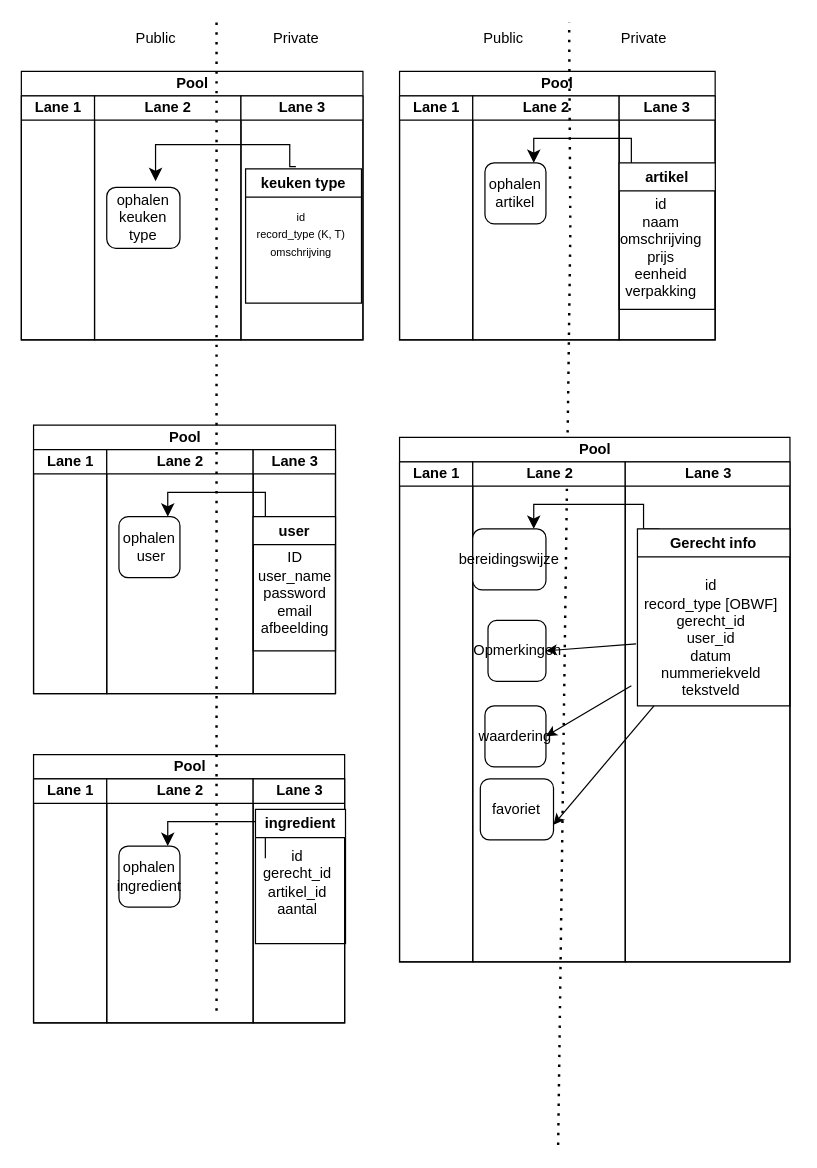
Earlier version of the draw.io diagram page "Page-2" (2 of 2) of documents/design/test.drawio (rubenmevius/educom-verrukkulluk). Source tidied: cells renumbered, new cells numbered last; positions are measured from the earlier drawing's top-left corner, leaving out a move shared by most shapes. Both pictures are drawn from the tidied source at 122%, with x=0, y=0 at pixel (21, 22).
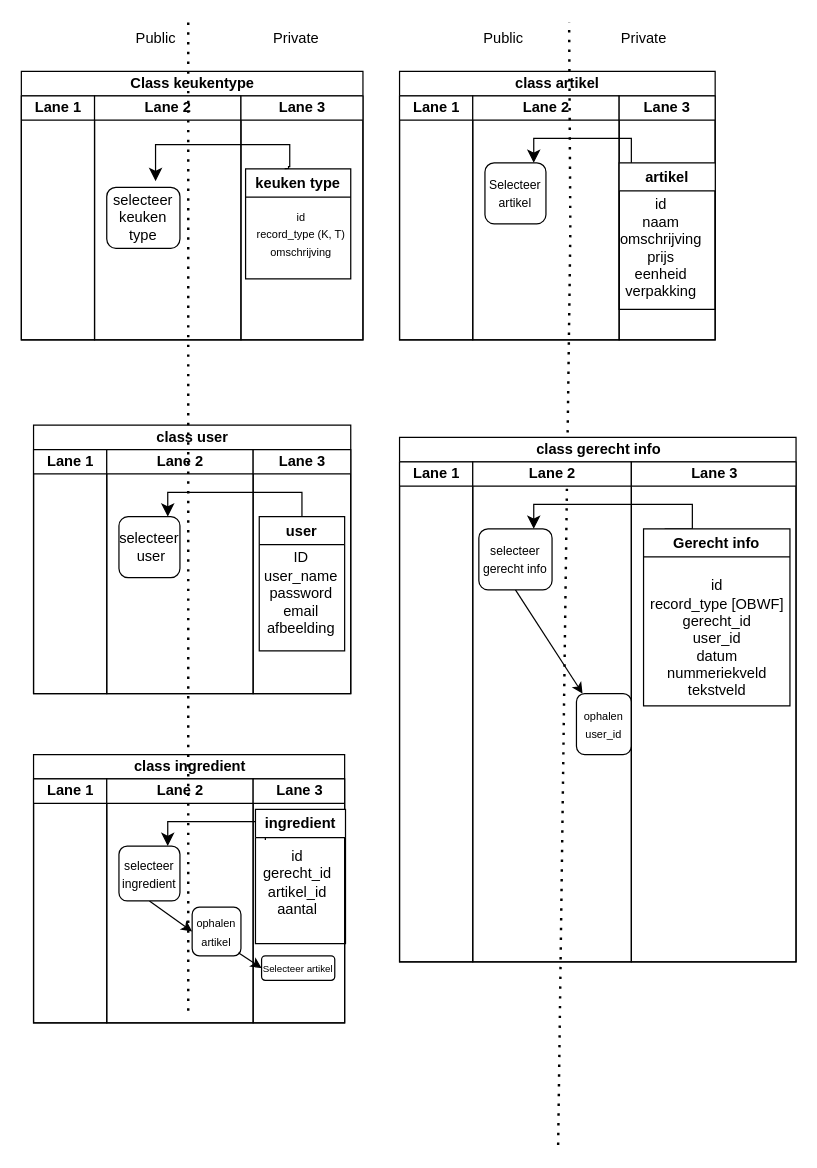
Above is the later version.

Commit message (it also covers changes not shown here):
recipe_class #8

The change refers to these unchanged cells:
```xml
<mxCell id="4" value="Lane 2" style="swimlane;startSize=20;html=1;" parent="2" vertex="1">
  <mxGeometry x="60" y="20" width="120" height="200" as="geometry" />
</mxCell>
<mxCell id="6" value="Lane 3" style="swimlane;startSize=20;html=1;" parent="2" vertex="1">
  <mxGeometry x="180" y="20" width="100" height="200" as="geometry" />
</mxCell>
<mxCell id="11" value="Lane 2" style="swimlane;startSize=20;html=1;" parent="9" vertex="1">
  <mxGeometry x="60" y="20" width="120" height="200" as="geometry" />
</mxCell>
<mxCell id="21" value="Lane 2" style="swimlane;startSize=20;html=1;" parent="19" vertex="1">
  <mxGeometry x="60" y="20" width="120" height="200" as="geometry" />
</mxCell>
<mxCell id="24" value="Lane 3" style="swimlane;startSize=20;html=1;" parent="19" vertex="1">
  <mxGeometry x="180" y="20" width="75" height="200" as="geometry" />
</mxCell>
<mxCell id="27" value="&lt;div&gt;id&lt;br&gt;gerecht_id&lt;br&gt;artikel_id&lt;br&gt;aantal&lt;/div&gt;" style="text;html=1;align=center;verticalAlign=middle;points=[];strokeColor=none;fillColor=none;" parent="25" vertex="1">
  <mxGeometry x="-6.2" y="25" width="80" height="70" as="geometry" />
</mxCell>
<mxCell id="30" value="Lane 2" style="swimlane;startSize=20;html=1;" parent="28" vertex="1">
  <mxGeometry x="60" y="20" width="120" height="200" as="geometry" />
</mxCell>
<mxCell id="49" value="&lt;div&gt;id&lt;br&gt;record_type [OBWF]&lt;br&gt;gerecht_id&lt;br&gt;user_id&lt;br&gt;datum&lt;br&gt;nummeriekveld&lt;br&gt;tekstveld&lt;/div&gt;" style="text;html=1;align=center;verticalAlign=middle;points=[];strokeColor=none;fillColor=none;" parent="47" vertex="1">
  <mxGeometry x="-5" y="35" width="130" height="110" as="geometry" />
</mxCell>
```

What changed in the source:
```diff
@@
-    <mxCell id="2" value="Pool" style="swimlane;startSize=20;html=1;" parent="1" vertex="1">
+    <mxCell id="2" value="Class keukentype" style="swimlane;startSize=20;html=1;" parent="1" vertex="1">
       <mxGeometry y="40" width="280" height="220" as="geometry" />
     </mxCell>
@@
-    <mxCell id="5" value="ophalen keuken type" style="rounded=1;whiteSpace=wrap;html=1;" parent="4" vertex="1">
+    <mxCell id="5" value="selecteer keuken type" style="rounded=1;whiteSpace=wrap;html=1;" parent="4" vertex="1">
       <mxGeometry x="10" y="75" width="60" height="50" as="geometry" />
     </mxCell>
@@
     <mxCell id="7" value="keuken type" style="swimlane;whiteSpace=wrap;html=1;" parent="6" vertex="1">
-      <mxGeometry x="3.8" y="60" width="95" height="110" as="geometry" />
+      <mxGeometry x="3.8" y="60" width="86.2" height="90" as="geometry" />
     </mxCell>
@@
-    <mxCell id="9" value="Pool" style="swimlane;startSize=20;html=1;" parent="1" vertex="1">
-      <mxGeometry x="10" y="330" width="247.5" height="220" as="geometry" />
+    <mxCell id="9" value="class user" style="swimlane;startSize=20;html=1;" parent="1" vertex="1">
+      <mxGeometry x="10" y="330" width="260" height="220" as="geometry" />
     </mxCell>
@@
-    <mxCell id="12" value="ophalen&lt;div&gt;&amp;nbsp;user&lt;/div&gt;" style="rounded=1;whiteSpace=wrap;html=1;" parent="11" vertex="1">
+    <mxCell id="12" value="selecteer&lt;div&gt;&amp;nbsp;user&lt;/div&gt;" style="rounded=1;whiteSpace=wrap;html=1;" parent="11" vertex="1">
       <mxGeometry x="10" y="55" width="50" height="50" as="geometry" />
     </mxCell>
-    <mxCell id="13" style="edgeStyle=segmentEdgeStyle;endArrow=classic;html=1;curved=0;rounded=0;endSize=8;startSize=8;exitX=0.1;exitY=0.357;exitDx=0;exitDy=0;exitPerimeter=0;" parent="11" edge="1">
+    <mxCell id="13" style="edgeStyle=segmentEdgeStyle;endArrow=classic;html=1;curved=0;rounded=0;endSize=8;startSize=8;exitX=0.5;exitY=0;exitDx=0;exitDy=0;" parent="11" edge="1" source="15">
       <mxGeometry relative="1" as="geometry">
-        <mxPoint x="130" y="65" as="sourcePoint" />
         <mxPoint x="50" y="55" as="targetPoint" />
         <Array as="points">
-          <mxPoint x="130" y="35" />
+          <mxPoint x="160" y="35" />
           <mxPoint x="50" y="35" />
         </Array>
       </mxGeometry>
     </mxCell>
     <mxCell id="14" value="Lane 3" style="swimlane;startSize=20;html=1;" parent="9" vertex="1">
-      <mxGeometry x="180" y="20" width="67.5" height="200" as="geometry" />
+      <mxGeometry x="180" y="20" width="80" height="200" as="geometry" />
     </mxCell>
     <mxCell id="15" value="user" style="swimlane;whiteSpace=wrap;html=1;" parent="14" vertex="1">
-      <mxGeometry y="55" width="67.5" height="110" as="geometry" />
+      <mxGeometry x="5" y="55" width="70" height="110" as="geometry" />
     </mxCell>
@@
-    <mxCell id="18" style="edgeStyle=segmentEdgeStyle;endArrow=classic;html=1;curved=0;rounded=0;endSize=8;startSize=8;exitX=0.434;exitY=-0.018;exitDx=0;exitDy=0;exitPerimeter=0;" parent="1" edge="1" source="7">
+    <mxCell id="18" style="edgeStyle=segmentEdgeStyle;endArrow=classic;html=1;curved=0;rounded=0;endSize=8;startSize=8;exitX=0.372;exitY=-0.004;exitDx=0;exitDy=0;exitPerimeter=0;" parent="1" edge="1" source="7">
       <mxGeometry relative="1" as="geometry">
         <mxPoint x="110" y="130" as="targetPoint" />
         <Array as="points">
+          <mxPoint x="219" y="118" />
           <mxPoint x="220" y="118" />
           <mxPoint x="220" y="100" />
           <mxPoint x="110" y="100" />
         </Array>
       </mxGeometry>
     </mxCell>
-    <mxCell id="19" value="Pool" style="swimlane;startSize=20;html=1;" parent="1" vertex="1">
+    <mxCell id="19" value="class ingredient" style="swimlane;startSize=20;html=1;" parent="1" vertex="1">
       <mxGeometry x="10" y="600" width="255" height="220" as="geometry" />
     </mxCell>
@@
+    <mxCell id="58" style="edgeStyle=none;html=1;exitX=0.5;exitY=1;exitDx=0;exitDy=0;entryX=0;entryY=0.5;entryDx=0;entryDy=0;" parent="21" edge="1" source="22" target="59">
+      <mxGeometry relative="1" as="geometry" />
+    </mxCell>
-    <mxCell id="22" value="ophalen ingredient" style="rounded=1;whiteSpace=wrap;html=1;" parent="21" vertex="1">
-      <mxGeometry x="10" y="55" width="50" height="50" as="geometry" />
+    <mxCell id="22" value="&lt;font style=&quot;font-size: 10px;&quot;&gt;selecteer ingredient&lt;/font&gt;" style="rounded=1;whiteSpace=wrap;html=1;" parent="21" vertex="1">
+      <mxGeometry x="10" y="55" width="50" height="45" as="geometry" />
     </mxCell>
-    <mxCell id="23" style="edgeStyle=segmentEdgeStyle;endArrow=classic;html=1;curved=0;rounded=0;endSize=8;startSize=8;exitX=0.1;exitY=0.357;exitDx=0;exitDy=0;exitPerimeter=0;" parent="21" edge="1">
+    <mxCell id="23" style="edgeStyle=segmentEdgeStyle;endArrow=classic;html=1;curved=0;rounded=0;endSize=8;startSize=8;" parent="21" edge="1" source="27">
       <mxGeometry relative="1" as="geometry">
-        <mxPoint x="130" y="65" as="sourcePoint" />
         <mxPoint x="50" y="55" as="targetPoint" />
         <Array as="points">
           <mxPoint x="130" y="35" />
           <mxPoint x="50" y="35" />
         </Array>
       </mxGeometry>
     </mxCell>
+    <mxCell id="59" value="&lt;font style=&quot;font-size: 9px;&quot;&gt;ophalen artikel&lt;/font&gt;" style="rounded=1;whiteSpace=wrap;html=1;" parent="21" vertex="1">
+      <mxGeometry x="70" y="105" width="40" height="40" as="geometry" />
+    </mxCell>
@@
+    <mxCell id="60" value="&lt;font style=&quot;font-size: 8px;&quot;&gt;Selecteer artikel&lt;/font&gt;" style="rounded=1;whiteSpace=wrap;html=1;" parent="24" vertex="1">
+      <mxGeometry x="6.9" y="145" width="60" height="20" as="geometry" />
+    </mxCell>
+    <mxCell id="61" style="edgeStyle=none;html=1;exitX=0.948;exitY=0.934;exitDx=0;exitDy=0;entryX=0;entryY=0.5;entryDx=0;entryDy=0;exitPerimeter=0;" parent="19" edge="1" source="59" target="60">
+      <mxGeometry relative="1" as="geometry" />
+    </mxCell>
-    <mxCell id="28" value="Pool" style="swimlane;startSize=20;html=1;" parent="1" vertex="1">
+    <mxCell id="28" value="class artikel" style="swimlane;startSize=20;html=1;" parent="1" vertex="1">
       <mxGeometry x="310" y="40" width="258.7" height="220" as="geometry" />
     </mxCell>
@@
-    <mxCell id="31" value="ophalen artikel" style="rounded=1;whiteSpace=wrap;html=1;" parent="30" vertex="1">
+    <mxCell id="31" value="&lt;font style=&quot;font-size: 10px;&quot;&gt;Selecteer artikel&lt;/font&gt;" style="rounded=1;whiteSpace=wrap;html=1;" parent="30" vertex="1">
       <mxGeometry x="10" y="55" width="50" height="50" as="geometry" />
     </mxCell>
@@
-    <mxCell id="38" value="Pool" style="swimlane;startSize=20;html=1;" parent="1" vertex="1">
-      <mxGeometry x="310" y="340" width="320" height="430" as="geometry" />
+    <mxCell id="38" value="class gerecht info" style="swimlane;startSize=20;html=1;" parent="1" vertex="1">
+      <mxGeometry x="310" y="340" width="325" height="430" as="geometry" />
     </mxCell>
@@
     <mxCell id="40" value="Lane 2" style="swimlane;startSize=20;html=1;" parent="38" vertex="1">
-      <mxGeometry x="60" y="20" width="125" height="410" as="geometry" />
+      <mxGeometry x="60" y="20" width="130" height="410" as="geometry" />
     </mxCell>
+    <mxCell id="62" style="edgeStyle=none;html=1;exitX=0.5;exitY=1;exitDx=0;exitDy=0;" parent="40" edge="1" source="41">
+      <mxGeometry relative="1" as="geometry">
+        <mxPoint x="90" y="190" as="targetPoint" />
+      </mxGeometry>
+    </mxCell>
-    <mxCell id="41" value="bereidingswijze" style="rounded=1;whiteSpace=wrap;html=1;" parent="40" vertex="1">
-      <mxGeometry y="55" width="60" height="50" as="geometry" />
+    <mxCell id="41" value="&lt;font style=&quot;font-size: 10px;&quot;&gt;selecteer gerecht info&lt;/font&gt;" style="rounded=1;whiteSpace=wrap;html=1;" parent="40" vertex="1">
+      <mxGeometry x="5" y="55" width="60" height="50" as="geometry" />
     </mxCell>
     <mxCell id="42" style="edgeStyle=segmentEdgeStyle;endArrow=classic;html=1;curved=0;rounded=0;endSize=8;startSize=8;exitX=0.144;exitY=0;exitDx=0;exitDy=0;exitPerimeter=0;" parent="40" edge="1" source="47">
       <mxGeometry relative="1" as="geometry">
         <mxPoint x="50" y="55" as="targetPoint" />
         <Array as="points">
-          <mxPoint x="140" y="55" />
-          <mxPoint x="140" y="35" />
+          <mxPoint x="180" y="55" />
+          <mxPoint x="180" y="35" />
           <mxPoint x="50" y="35" />
         </Array>
       </mxGeometry>
     </mxCell>
-    <mxCell id="43" value="waardering" style="rounded=1;whiteSpace=wrap;html=1;" parent="40" vertex="1">
-      <mxGeometry x="10" y="200" width="50" height="50" as="geometry" />
-    </mxCell>
-    <mxCell id="44" value="Opmerkingen" style="rounded=1;whiteSpace=wrap;html=1;" parent="40" vertex="1">
-      <mxGeometry x="12.5" y="130" width="47.5" height="50" as="geometry" />
-    </mxCell>
-    <mxCell id="45" value="favoriet" style="rounded=1;whiteSpace=wrap;html=1;" parent="40" vertex="1">
-      <mxGeometry x="6.2" y="260" width="60" height="50" as="geometry" />
-    </mxCell>
+    <mxCell id="63" value="&lt;font style=&quot;font-size: 9px;&quot;&gt;ophalen user_id&lt;/font&gt;" style="rounded=1;whiteSpace=wrap;html=1;" parent="40" vertex="1">
+      <mxGeometry x="85" y="190" width="45" height="50" as="geometry" />
+    </mxCell>
     <mxCell id="46" value="Lane 3" style="swimlane;startSize=20;html=1;" parent="38" vertex="1">
-      <mxGeometry x="185" y="20" width="135" height="410" as="geometry" />
+      <mxGeometry x="190" y="20" width="135" height="410" as="geometry" />
     </mxCell>
     <mxCell id="47" value="Gerecht info" style="swimlane;whiteSpace=wrap;html=1;" parent="46" vertex="1">
-      <mxGeometry x="10" y="55" width="125" height="145" as="geometry" />
+      <mxGeometry x="10" y="55" width="120" height="145" as="geometry" />
     </mxCell>
@@
-    <mxCell id="50" style="endArrow=classic;html=1;entryX=1;entryY=0.75;entryDx=0;entryDy=0;" parent="38" edge="1" source="49" target="45">
-      <mxGeometry relative="1" as="geometry" />
-    </mxCell>
-    <mxCell id="51" style="endArrow=classic;html=1;entryX=1;entryY=0.5;entryDx=0;entryDy=0;" parent="38" edge="1" source="49" target="43">
-      <mxGeometry relative="1" as="geometry" />
-    </mxCell>
-    <mxCell id="52" style="endArrow=classic;html=1;entryX=1;entryY=0.5;entryDx=0;entryDy=0;exitX=0.03;exitY=0.538;exitDx=0;exitDy=0;exitPerimeter=0;" parent="38" edge="1" source="49" target="44">
-      <mxGeometry relative="1" as="geometry" />
-    </mxCell>
@@
     <mxCell id="55" style="endArrow=none;dashed=1;html=1;dashPattern=1 3;strokeWidth=2;" parent="1" edge="1">
       <mxGeometry relative="1" as="geometry">
-        <mxPoint x="160" y="810" as="sourcePoint" />
-        <mxPoint x="160" as="targetPoint" />
+        <mxPoint x="136.8" y="810" as="sourcePoint" />
+        <mxPoint x="136.8" as="targetPoint" />
       </mxGeometry>
     </mxCell>
```
